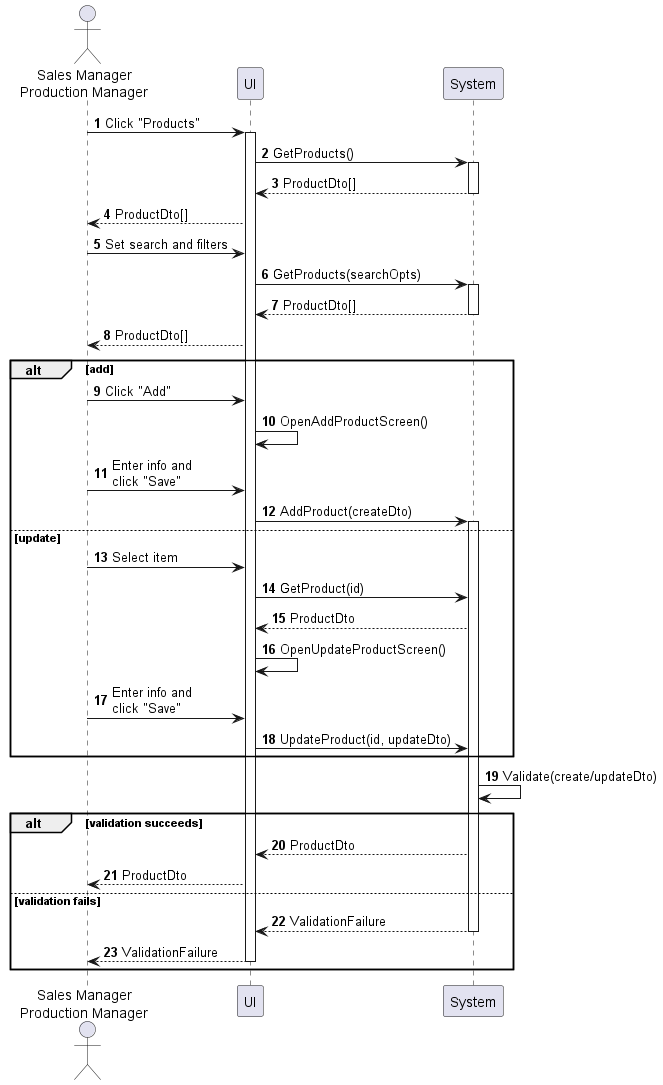
Earlier version of the PlantUML export sequences/product-manage.png (phihungha/scmss-reqs).
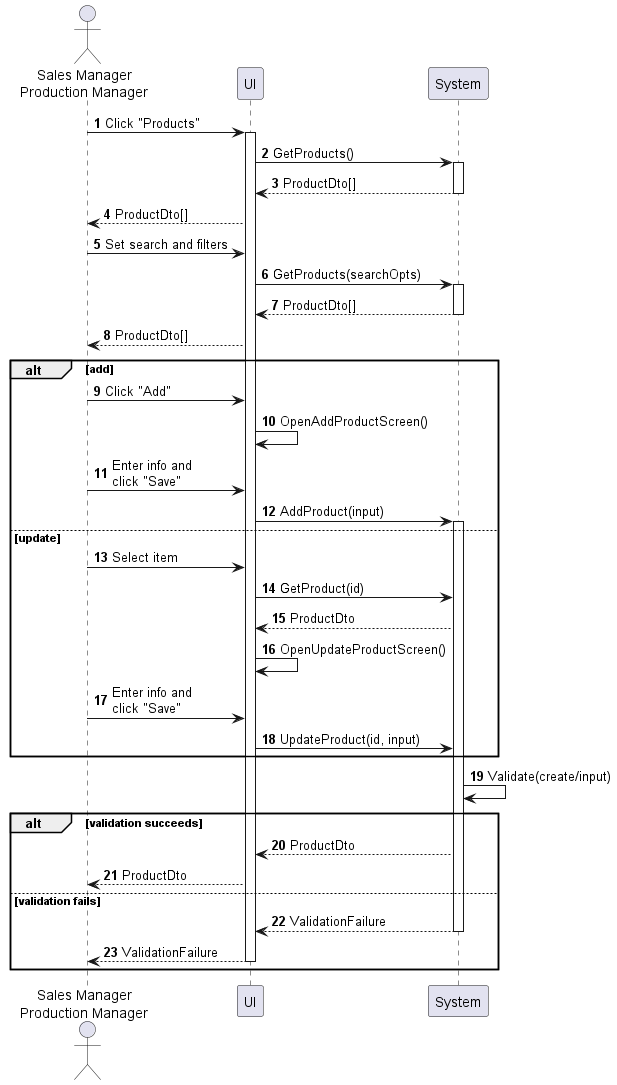
The same file after the commit.

The edit, as a diff of the source:
```diff
@@ -21,7 +21,7 @@
     a -> f : Click "Add"
     f -> f : OpenAddProductScreen()
     a -> f : Enter info and\nclick "Save"
-    f -> b : AddProduct(createDto)
+    f -> b : AddProduct(input)
     activate b
 else update
     a -> f : Select item
@@ -29,10 +29,10 @@
     b --> f : ProductDto
     f -> f : OpenUpdateProductScreen()
     a -> f : Enter info and\nclick "Save"
-    f -> b : UpdateProduct(id, updateDto)
+    f -> b : UpdateProduct(id, input)
 end
 
-b -> b : Validate(create/updateDto)
+b -> b : Validate(create/input)
 
 alt validation succeeds
     b --> f : ProductDto
```
